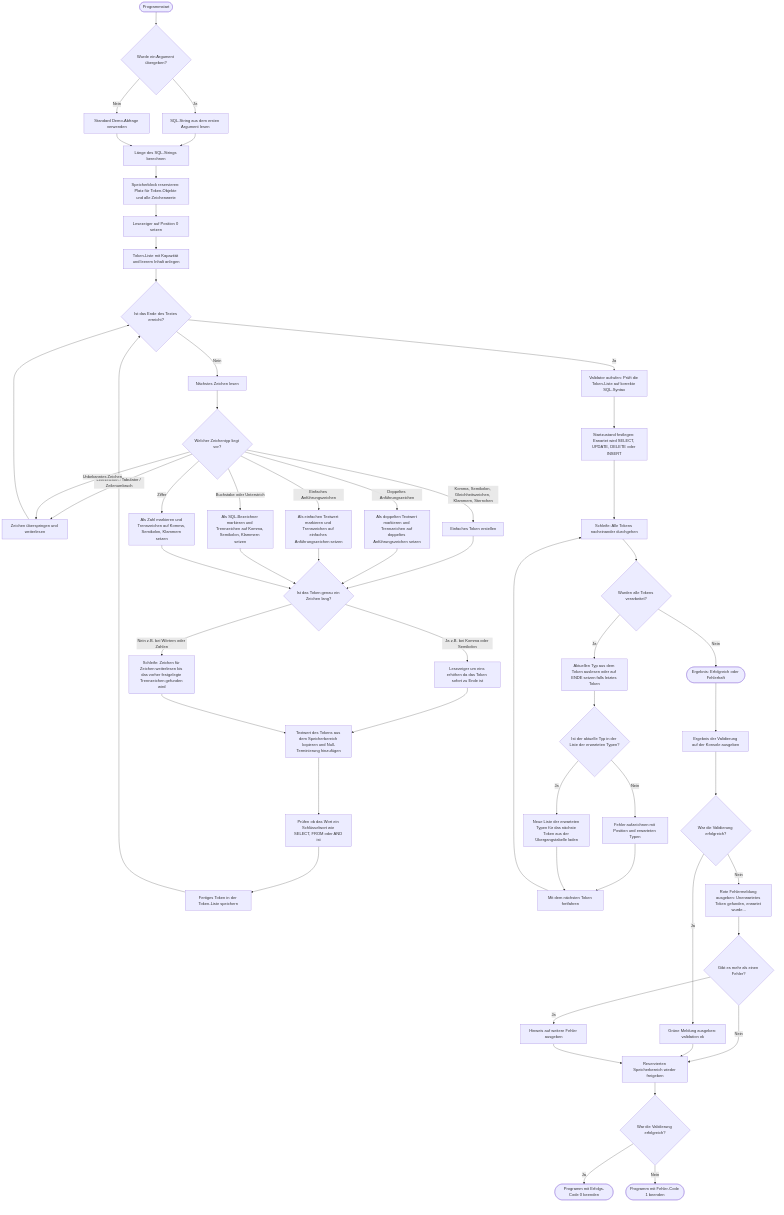
The Mermaid diagram doc/Programmablaufdiagramm.png in nickhildebrandt/scanql, before a commit. Its source is kept beside it as doc/Programmablaufdiagramm.mmd.
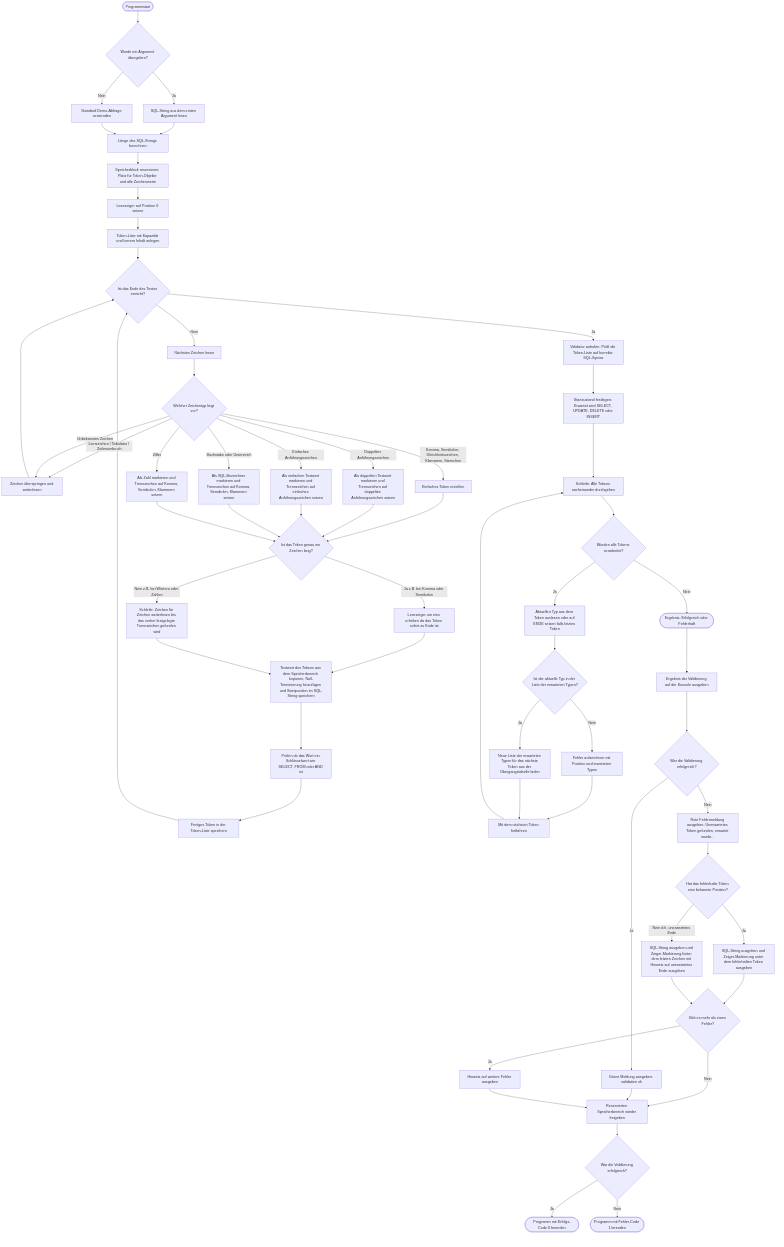
The same file after the commit.

Commit message:
Add position tracking for tokens and enhance validation error reporting

What changed in the source:
```diff
@@ -29,7 +29,7 @@
   F9 -- Ja z.B. bei Komma oder Semikolon --> F10[Lesezeiger um eins erhöhen da das Token sofort zu Ende ist]
   F9 -- Nein z.B. bei Wörtern oder Zahlen --> F11[Schleife: Zeichen für Zeichen weiterlesen bis das vorher festgelegte Trennzeichen gefunden wird]
 
-  F10 & F11 --> F12[Textwert des Tokens aus dem Speicherbereich kopieren und Null-Terminierung hinzufügen]
+  F10 & F11 --> F12[Textwert des Tokens aus dem Speicherbereich kopieren, Null-Terminierung hinzufügen und Startposition im SQL-String speichern]
 
   F12 --> F13[Prüfen ob das Wort ein Schlüsselwort wie SELECT, FROM oder AND ist]
   F13 --> F14[Fertiges Token in der Token-Liste speichern]
@@ -55,8 +55,10 @@
   H --> H1{War die Validierung erfolgreich?}
   H1 -- Ja --> H2[Grüne Meldung ausgeben: validation ok]
   H1 -- Nein --> H3[Rote Fehlermeldung ausgeben: Unerwartetes Token gefunden, erwartet wurde...]
-
-  H3 --> H5{Gibt es mehr als einen Fehler?}
+  H3 --> H4{Hat das fehlerhafte Token eine bekannte Position?}
+  H4 -- Ja --> H4A[SQL-String ausgeben und Zeiger-Markierung unter dem fehlerhaften Token ausgeben]
+  H4 -- Nein d.h. unerwartetes Ende --> H4B[SQL-String ausgeben und Zeiger-Markierung hinter dem letzten Zeichen mit Hinweis auf unerwartetes Ende ausgeben]
+  H4A & H4B --> H5{Gibt es mehr als einen Fehler?}
   H5 -- Ja --> H6[Hinweis auf weitere Fehler ausgeben]
   H5 -- Nein --> I
 
```
